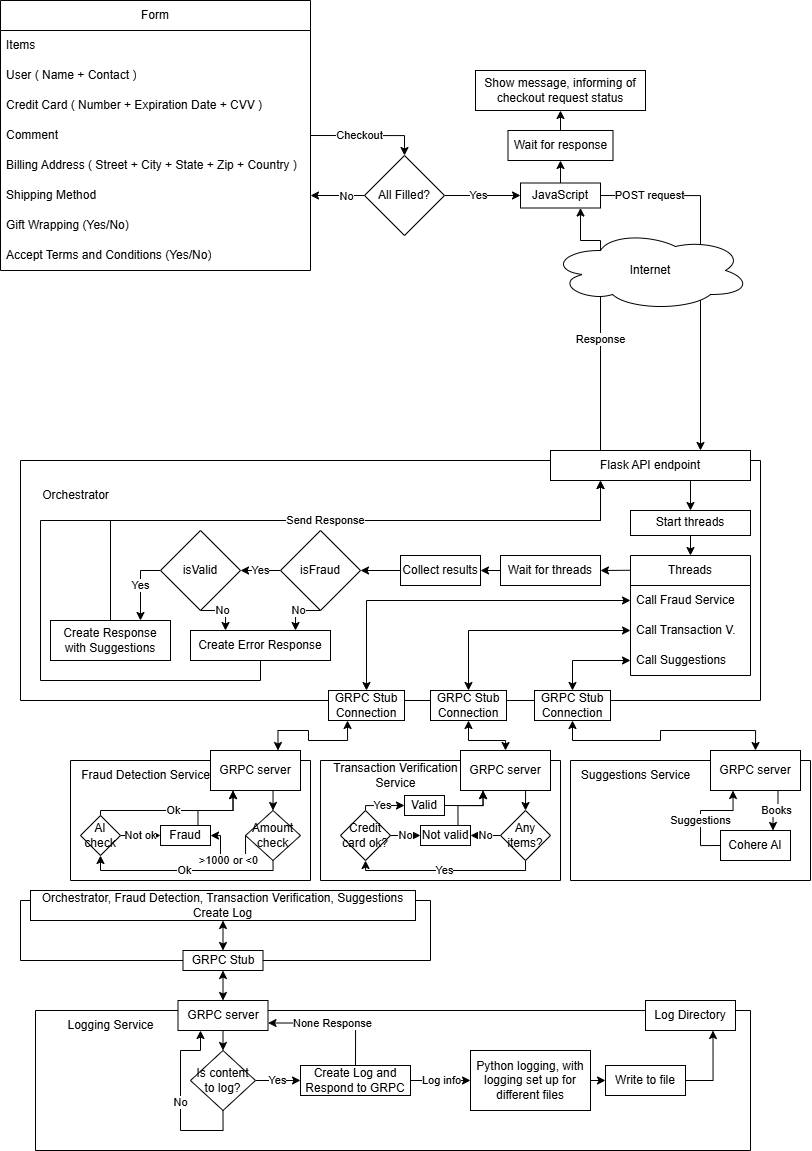
This is docs/Architecture Diagram.png from FooKaDoO/ds-practice-2025, a draw.io export, as it was before one commit. Source tidied: cells renumbered, new cells last; positions are measured from the earlier drawing's top-left corner, leaving out a move shared by most shapes.
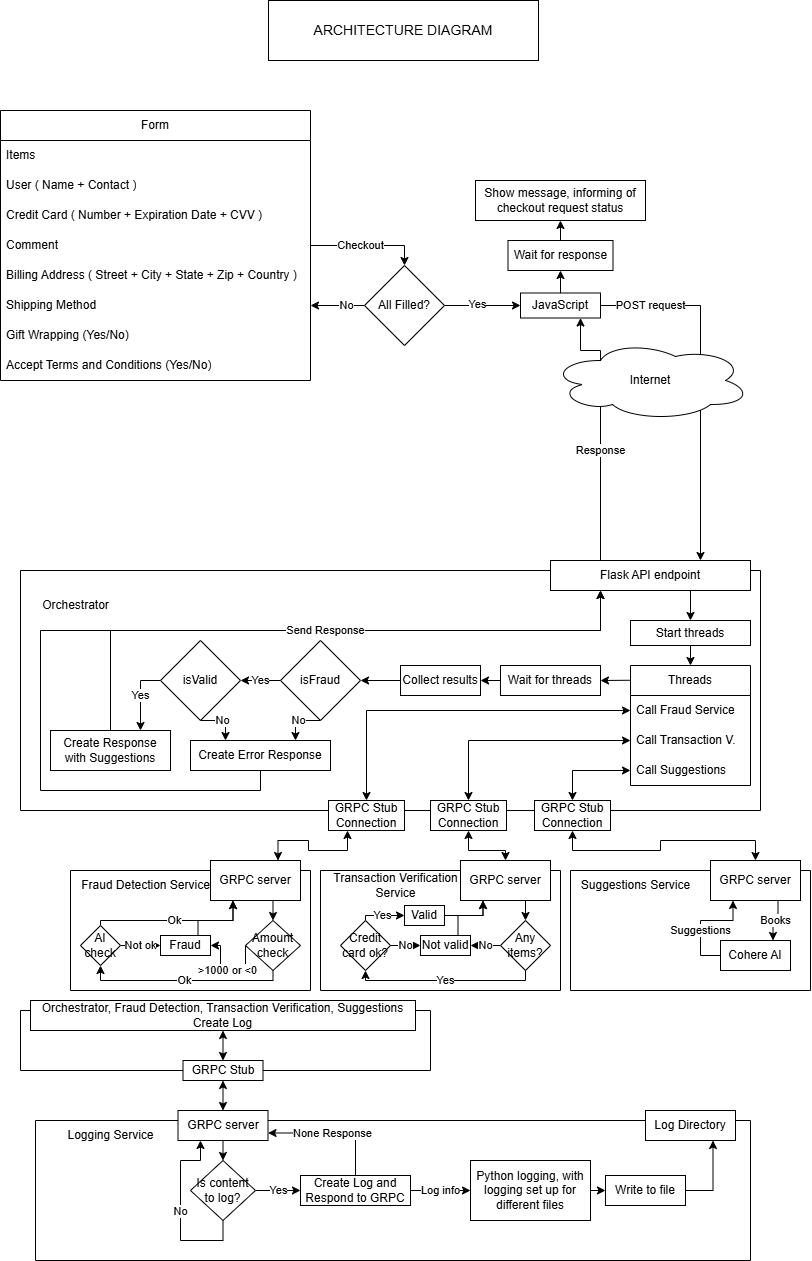
The same diagram one commit later.

What changed in the source:
```diff
@@ -392,5 +392,8 @@
     <mxCell id="110" style="edgeStyle=orthogonalEdgeStyle;rounded=0;jettySize=auto;html=1;exitX=1;exitY=0.5;exitDx=0;exitDy=0;entryX=0.75;entryY=1;entryDx=0;entryDy=0;" parent="1" edge="1" source="104" target="109">
       <mxGeometry relative="1" as="geometry" />
     </mxCell>
+    <mxCell id="111" value="&lt;font style=&quot;font-size: 14px;&quot;&gt;ARCHITECTURE DIAGRAM&lt;/font&gt;" style="rounded=0;whiteSpace=wrap;html=1;" parent="1" vertex="1">
+      <mxGeometry x="268" y="-110" width="270" height="60" as="geometry" />
+    </mxCell>
   </root>
 </mxGraphModel>
```
